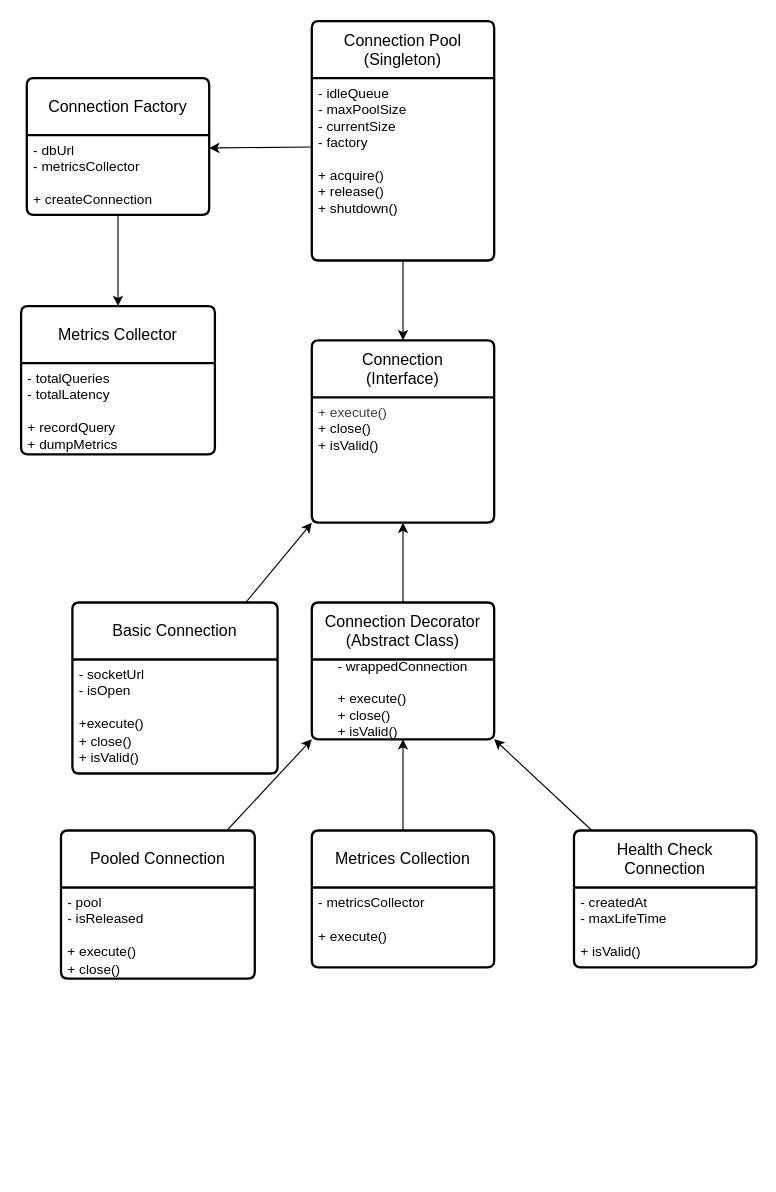
Earlier version of the draw.io diagram Thread Safe Connection Pool/class diagram.drawio (rajat844/LLD). Source tidied: cells renumbered, new cells numbered last; positions are measured from the earlier drawing's top-left corner, leaving out a move shared by most shapes. Both pictures are drawn from the tidied source at 114%, with x=0, y=0 at pixel (21, 21).
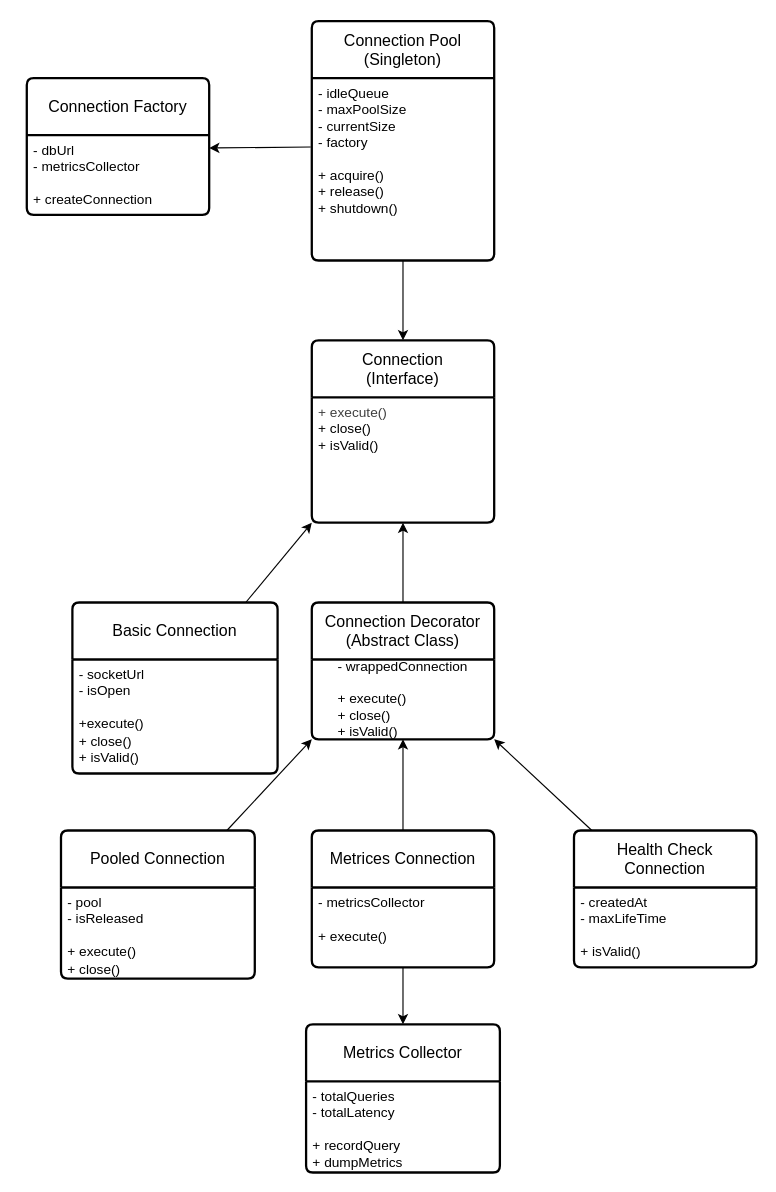
The same diagram, later.

Unchanged cells that the change refers to:
```xml
<mxCell id="17" value="Connection Factory" style="swimlane;horizontal=1;startSize=50;rounded=1;fontSize=14;fontStyle=0;strokeWidth=2;shadow=0;dashed=0;align=center;arcSize=4;whiteSpace=wrap;html=1;" parent="1" vertex="1">
  <mxGeometry x="5" y="50" width="160" height="120" as="geometry" />
</mxCell>
<mxCell id="21" value="- metricsCollector&lt;div&gt;&lt;br&gt;&lt;/div&gt;&lt;div&gt;+ execute()&lt;/div&gt;" style="align=left;strokeColor=none;fillColor=none;spacingLeft=4;spacingRight=4;fontSize=12;verticalAlign=top;html=1;whiteSpace=wrap;" parent="20" vertex="1">
  <mxGeometry y="50" width="160" height="70" as="geometry" />
</mxCell>
```

The edit, as a diff of the source:
```diff
@@
-    <mxCell id="16" style="edgeStyle=none;html=1;exitX=0.5;exitY=1;exitDx=0;exitDy=0;entryX=0.5;entryY=0;entryDx=0;entryDy=0;" parent="1" edge="1" source="17" target="26">
+    <mxCell id="16" style="edgeStyle=none;html=1;exitX=0.5;exitY=1;exitDx=0;exitDy=0;entryX=0.5;entryY=0;entryDx=0;entryDy=0;" parent="1" edge="1" source="21" target="26">
       <mxGeometry relative="1" as="geometry" />
     </mxCell>
@@
-    <mxCell id="20" value="Metrices Collection" style="swimlane;horizontal=1;startSize=50;rounded=1;fontSize=14;fontStyle=0;strokeWidth=2;shadow=0;dashed=0;align=center;arcSize=4;whiteSpace=wrap;html=1;" parent="1" vertex="1">
+    <mxCell id="20" value="Metrices Connection" style="swimlane;horizontal=1;startSize=50;rounded=1;fontSize=14;fontStyle=0;strokeWidth=2;shadow=0;dashed=0;align=center;arcSize=4;whiteSpace=wrap;html=1;" parent="1" vertex="1">
       <mxGeometry x="255" y="710" width="160" height="120" as="geometry" />
     </mxCell>
@@
     <mxCell id="26" value="Metrics Collector" style="swimlane;horizontal=1;startSize=50;rounded=1;fontSize=14;fontStyle=0;strokeWidth=2;shadow=0;dashed=0;align=center;arcSize=4;whiteSpace=wrap;html=1;" parent="1" vertex="1">
-      <mxGeometry y="250" width="170" height="130" as="geometry" />
+      <mxGeometry x="250" y="880" width="170" height="130" as="geometry" />
     </mxCell>
```
